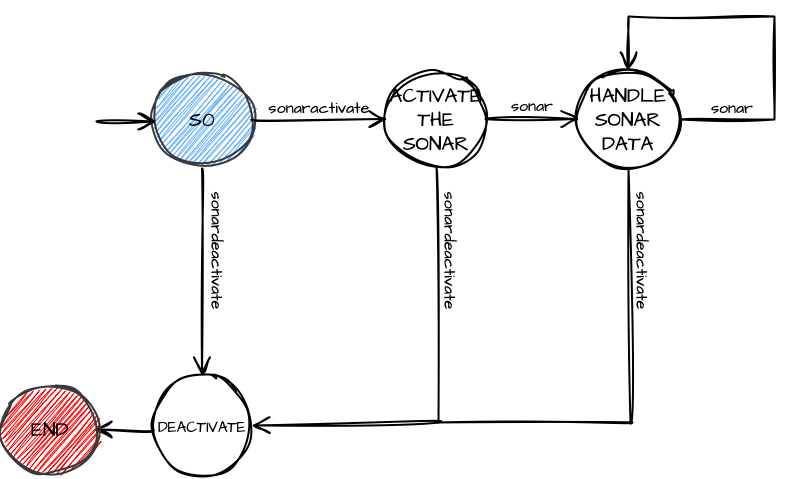
The draw.io diagram Sprint3/userDocs/resources/img/FSMsonarqak22varesi.png in EnricoValastro/WasteService-Project, before a commit. Source tidied: cells renumbered, new cells last; positions are measured from the earlier drawing's top-left corner, leaving out a move shared by most shapes.
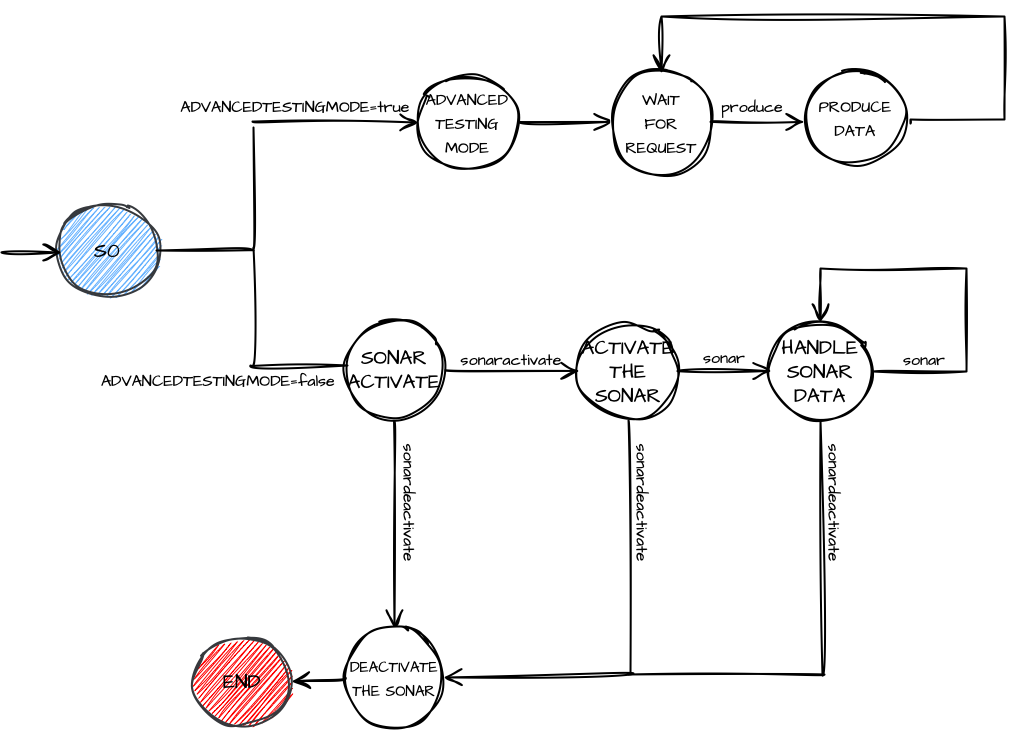
The same file after the commit.

Commit message:
Testing&TestPlan

What changed in the source:
```diff
@@ -3,7 +3,7 @@
     <mxCell id="0" />
     <mxCell id="1" parent="0" />
     <mxCell id="2" value="S0" style="ellipse;whiteSpace=wrap;html=1;sketch=1;hachureGap=4;jiggle=2;fontFamily=Architects Daughter;fontSource=https%3A%2F%2Ffonts.googleapis.com%2Fcss%3Ffamily%3DArchitects%2BDaughter;fontSize=20;strokeWidth=2;fillColor=#66B2FF;strokeColor=#36393d;" parent="1" vertex="1">
-      <mxGeometry x="152" y="54" width="98" height="98" as="geometry" />
+      <mxGeometry x="-135" y="-67" width="98" height="98" as="geometry" />
     </mxCell>
     <mxCell id="3" value="ACTIVATE&lt;br&gt;THE&lt;br&gt;SONAR" style="ellipse;whiteSpace=wrap;html=1;sketch=1;hachureGap=4;jiggle=2;fontFamily=Architects Daughter;fontSource=https%3A%2F%2Ffonts.googleapis.com%2Fcss%3Ffamily%3DArchitects%2BDaughter;fontSize=20;strokeWidth=2;" parent="1" vertex="1">
       <mxGeometry x="386" y="54" width="98" height="98" as="geometry" />
@@ -13,11 +13,11 @@
     </mxCell>
     <mxCell id="5" style="endArrow=open;html=1;rounded=0;sketch=1;hachureGap=4;jiggle=2;fontFamily=Architects Daughter;fontSource=https%3A%2F%2Ffonts.googleapis.com%2Fcss%3Ffamily%3DArchitects%2BDaughter;fontSize=16;startSize=14;endSize=14;sourcePerimeterSpacing=8;targetPerimeterSpacing=8;curved=1;strokeWidth=2;strokeColor=#000000;endFill=0;" parent="1" edge="1">
       <mxGeometry relative="1" as="geometry">
-        <mxPoint x="95" y="105" as="sourcePoint" />
-        <mxPoint x="155" y="105" as="targetPoint" />
+        <mxPoint x="-192" y="-16" as="sourcePoint" />
+        <mxPoint x="-132" y="-16" as="targetPoint" />
       </mxGeometry>
     </mxCell>
-    <mxCell id="6" style="endArrow=open;html=1;rounded=0;sketch=1;hachureGap=4;jiggle=2;fontFamily=Architects Daughter;fontSource=https%3A%2F%2Ffonts.googleapis.com%2Fcss%3Ffamily%3DArchitects%2BDaughter;fontSize=16;startSize=14;endSize=14;sourcePerimeterSpacing=8;targetPerimeterSpacing=8;curved=1;strokeWidth=2;strokeColor=#000000;endFill=0;exitX=1;exitY=0.5;exitDx=0;exitDy=0;" parent="1" edge="1" source="2">
+    <mxCell id="6" style="endArrow=open;html=1;rounded=0;sketch=1;hachureGap=4;jiggle=2;fontFamily=Architects Daughter;fontSource=https%3A%2F%2Ffonts.googleapis.com%2Fcss%3Ffamily%3DArchitects%2BDaughter;fontSize=16;startSize=14;endSize=14;sourcePerimeterSpacing=8;targetPerimeterSpacing=8;curved=1;strokeWidth=2;strokeColor=#000000;endFill=0;exitX=1;exitY=0.5;exitDx=0;exitDy=0;" parent="1" edge="1" source="35">
       <mxGeometry relative="1" as="geometry">
         <mxPoint x="386" y="102.5" as="targetPoint" />
       </mxGeometry>
@@ -55,13 +55,12 @@
     <mxCell id="13" value="sonaractivate" style="text;html=1;strokeColor=none;fillColor=none;align=center;verticalAlign=middle;whiteSpace=wrap;rounded=0;sketch=1;hachureGap=4;jiggle=2;strokeWidth=2;fontFamily=Architects Daughter;fontSource=https%3A%2F%2Ffonts.googleapis.com%2Fcss%3Ffamily%3DArchitects%2BDaughter;fontSize=16;" parent="1" vertex="1">
       <mxGeometry x="288" y="84" width="60" height="15" as="geometry" />
     </mxCell>
-    <mxCell id="14" style="endArrow=open;html=1;rounded=0;sketch=1;hachureGap=4;jiggle=2;strokeColor=#000000;strokeWidth=2;fontFamily=Architects Daughter;fontSource=https%3A%2F%2Ffonts.googleapis.com%2Fcss%3Ffamily%3DArchitects%2BDaughter;fontSize=16;startSize=14;endSize=14;sourcePerimeterSpacing=8;targetPerimeterSpacing=8;curved=1;entryX=0.439;entryY=1.041;entryDx=0;entryDy=0;entryPerimeter=0;endFill=0;" parent="1" edge="1">
+    <mxCell id="14" style="endArrow=open;html=1;rounded=0;sketch=1;hachureGap=4;jiggle=2;strokeColor=#000000;strokeWidth=2;fontFamily=Architects Daughter;fontSource=https%3A%2F%2Ffonts.googleapis.com%2Fcss%3Ffamily%3DArchitects%2BDaughter;fontSize=16;startSize=14;endSize=14;sourcePerimeterSpacing=8;targetPerimeterSpacing=8;curved=1;entryX=0.5;entryY=0;entryDx=0;entryDy=0;endFill=0;" parent="1" edge="1" target="15">
       <mxGeometry relative="1" as="geometry">
         <mxPoint x="200.5" y="152" as="sourcePoint" />
-        <mxPoint x="200.5" y="359" as="targetPoint" />
       </mxGeometry>
     </mxCell>
-    <mxCell id="15" value="&lt;font style=&quot;font-size: 15px;&quot;&gt;DEACTIVATE&lt;/font&gt;" style="ellipse;whiteSpace=wrap;html=1;sketch=1;hachureGap=4;jiggle=2;fontFamily=Architects Daughter;fontSource=https%3A%2F%2Ffonts.googleapis.com%2Fcss%3Ffamily%3DArchitects%2BDaughter;fontSize=20;strokeWidth=2;" parent="1" vertex="1">
+    <mxCell id="15" value="&lt;font style=&quot;font-size: 15px;&quot;&gt;DEACTIVATE&lt;br&gt;THE SONAR&lt;br&gt;&lt;/font&gt;" style="ellipse;whiteSpace=wrap;html=1;sketch=1;hachureGap=4;jiggle=2;fontFamily=Architects Daughter;fontSource=https%3A%2F%2Ffonts.googleapis.com%2Fcss%3Ffamily%3DArchitects%2BDaughter;fontSize=20;strokeWidth=2;" parent="1" vertex="1">
       <mxGeometry x="152" y="360" width="98" height="98" as="geometry" />
     </mxCell>
     <mxCell id="16" value="sonardeactivate" style="text;html=1;strokeColor=none;fillColor=none;align=center;verticalAlign=middle;whiteSpace=wrap;rounded=0;sketch=1;hachureGap=4;jiggle=2;strokeWidth=2;fontFamily=Architects Daughter;fontSource=https%3A%2F%2Ffonts.googleapis.com%2Fcss%3Ffamily%3DArchitects%2BDaughter;fontSize=16;rotation=90;" parent="1" vertex="1">
@@ -70,11 +69,8 @@
     <mxCell id="17" value="sonardeactivate" style="text;html=1;strokeColor=none;fillColor=none;align=center;verticalAlign=middle;whiteSpace=wrap;rounded=0;sketch=1;hachureGap=4;jiggle=2;strokeWidth=2;fontFamily=Architects Daughter;fontSource=https%3A%2F%2Ffonts.googleapis.com%2Fcss%3Ffamily%3DArchitects%2BDaughter;fontSize=16;rotation=90;" parent="1" vertex="1">
       <mxGeometry x="419" y="227" width="60" height="15" as="geometry" />
     </mxCell>
-    <mxCell id="18" style="endArrow=open;html=1;rounded=0;sketch=1;hachureGap=4;jiggle=2;fontFamily=Architects Daughter;fontSource=https%3A%2F%2Ffonts.googleapis.com%2Fcss%3Ffamily%3DArchitects%2BDaughter;fontSize=16;startSize=14;endSize=14;sourcePerimeterSpacing=8;targetPerimeterSpacing=8;curved=1;strokeWidth=2;strokeColor=#000000;endFill=0;" parent="1" edge="1">
-      <mxGeometry relative="1" as="geometry">
-        <mxPoint x="152" y="413" as="sourcePoint" />
-        <mxPoint x="92" y="413" as="targetPoint" />
-      </mxGeometry>
+    <mxCell id="18" style="endArrow=open;html=1;rounded=0;sketch=1;hachureGap=4;jiggle=2;fontFamily=Architects Daughter;fontSource=https%3A%2F%2Ffonts.googleapis.com%2Fcss%3Ffamily%3DArchitects%2BDaughter;fontSize=16;startSize=14;endSize=14;sourcePerimeterSpacing=8;targetPerimeterSpacing=8;curved=1;strokeWidth=2;strokeColor=#000000;endFill=0;exitX=0;exitY=0.5;exitDx=0;exitDy=0;entryX=1;entryY=0.5;entryDx=0;entryDy=0;" parent="1" edge="1" source="15" target="19">
+      <mxGeometry relative="1" as="geometry" />
     </mxCell>
     <mxCell id="19" value="END" style="ellipse;whiteSpace=wrap;html=1;sketch=1;hachureGap=4;jiggle=2;fontFamily=Architects Daughter;fontSource=https%3A%2F%2Ffonts.googleapis.com%2Fcss%3Ffamily%3DArchitects%2BDaughter;fontSize=20;strokeWidth=2;fillColor=#FF0000;strokeColor=#36393d;" parent="1" vertex="1">
       <mxGeometry y="364" width="98" height="98" as="geometry" />
@@ -96,5 +92,77 @@
     <mxCell id="22" value="sonar" style="text;html=1;strokeColor=none;fillColor=none;align=center;verticalAlign=middle;whiteSpace=wrap;rounded=0;sketch=1;hachureGap=4;jiggle=2;strokeWidth=2;fontFamily=Architects Daughter;fontSource=https%3A%2F%2Ffonts.googleapis.com%2Fcss%3Ffamily%3DArchitects%2BDaughter;fontSize=16;" parent="1" vertex="1">
       <mxGeometry x="701" y="84" width="60" height="15" as="geometry" />
     </mxCell>
+    <mxCell id="23" value="&lt;font style=&quot;font-size: 16px;&quot;&gt;ADVANCED&lt;br&gt;TESTING&lt;br&gt;MODE&lt;/font&gt;" style="ellipse;whiteSpace=wrap;html=1;sketch=1;hachureGap=4;jiggle=2;fontFamily=Architects Daughter;fontSource=https%3A%2F%2Ffonts.googleapis.com%2Fcss%3Ffamily%3DArchitects%2BDaughter;fontSize=20;strokeWidth=2;" parent="1" vertex="1">
+      <mxGeometry x="225" y="-195" width="98" height="98" as="geometry" />
+    </mxCell>
+    <mxCell id="24" style="endArrow=none;html=1;rounded=0;sketch=1;hachureGap=4;jiggle=2;fontFamily=Architects Daughter;fontSource=https%3A%2F%2Ffonts.googleapis.com%2Fcss%3Ffamily%3DArchitects%2BDaughter;fontSize=16;startSize=14;endSize=14;sourcePerimeterSpacing=8;targetPerimeterSpacing=8;curved=1;strokeWidth=2;entryX=1;entryY=0.5;entryDx=0;entryDy=0;" parent="1" edge="1" target="2">
+      <mxGeometry relative="1" as="geometry">
+        <mxPoint x="60" y="-18" as="sourcePoint" />
+      </mxGeometry>
+    </mxCell>
+    <mxCell id="25" style="endArrow=none;html=1;rounded=0;sketch=1;hachureGap=4;jiggle=2;strokeWidth=2;fontFamily=Architects Daughter;fontSource=https%3A%2F%2Ffonts.googleapis.com%2Fcss%3Ffamily%3DArchitects%2BDaughter;fontSize=16;startSize=14;endSize=14;sourcePerimeterSpacing=8;targetPerimeterSpacing=8;curved=1;" parent="1" edge="1">
+      <mxGeometry relative="1" as="geometry">
+        <mxPoint x="60" y="-20" as="sourcePoint" />
+        <mxPoint x="60" y="-141" as="targetPoint" />
+      </mxGeometry>
+    </mxCell>
+    <mxCell id="26" style="endArrow=open;html=1;rounded=0;sketch=1;hachureGap=4;jiggle=2;fontFamily=Architects Daughter;fontSource=https%3A%2F%2Ffonts.googleapis.com%2Fcss%3Ffamily%3DArchitects%2BDaughter;fontSize=16;startSize=14;endSize=14;sourcePerimeterSpacing=8;targetPerimeterSpacing=8;curved=1;strokeWidth=2;strokeColor=#000000;endFill=0;entryX=0;entryY=0.5;entryDx=0;entryDy=0;" parent="1" edge="1" target="23">
+      <mxGeometry relative="1" as="geometry">
+        <mxPoint x="59" y="-147" as="sourcePoint" />
+      </mxGeometry>
+    </mxCell>
+    <mxCell id="27" value="ADVANCEDTESTINGMODE=true" style="text;html=1;strokeColor=none;fillColor=none;align=center;verticalAlign=middle;whiteSpace=wrap;rounded=0;sketch=1;hachureGap=4;jiggle=2;strokeWidth=2;fontFamily=Architects Daughter;fontSource=https%3A%2F%2Ffonts.googleapis.com%2Fcss%3Ffamily%3DArchitects%2BDaughter;fontSize=16;" parent="1" vertex="1">
+      <mxGeometry x="72" y="-169" width="60" height="15" as="geometry" />
+    </mxCell>
+    <mxCell id="28" style="endArrow=none;html=1;rounded=0;sketch=1;hachureGap=4;jiggle=2;strokeWidth=2;fontFamily=Architects Daughter;fontSource=https%3A%2F%2Ffonts.googleapis.com%2Fcss%3Ffamily%3DArchitects%2BDaughter;fontSize=16;startSize=14;endSize=14;sourcePerimeterSpacing=8;targetPerimeterSpacing=8;curved=1;" parent="1" edge="1">
+      <mxGeometry relative="1" as="geometry">
+        <mxPoint x="60" y="96" as="sourcePoint" />
+        <mxPoint x="60" y="-21" as="targetPoint" />
+      </mxGeometry>
+    </mxCell>
+    <mxCell id="29" style="endArrow=open;html=1;rounded=0;sketch=1;hachureGap=4;jiggle=2;fontFamily=Architects Daughter;fontSource=https%3A%2F%2Ffonts.googleapis.com%2Fcss%3Ffamily%3DArchitects%2BDaughter;fontSize=16;startSize=14;endSize=14;sourcePerimeterSpacing=8;targetPerimeterSpacing=8;curved=1;strokeWidth=2;strokeColor=#000000;endFill=0;" parent="1" edge="1">
+      <mxGeometry relative="1" as="geometry">
+        <mxPoint x="325" y="-146.6" as="sourcePoint" />
+        <mxPoint x="419" y="-146.6" as="targetPoint" />
+      </mxGeometry>
+    </mxCell>
+    <mxCell id="30" value="&lt;font size=&quot;3&quot;&gt;WAIT&lt;br&gt;FOR&lt;br&gt;REQUEST&lt;br&gt;&lt;/font&gt;" style="ellipse;whiteSpace=wrap;html=1;sketch=1;hachureGap=4;jiggle=2;fontFamily=Architects Daughter;fontSource=https%3A%2F%2Ffonts.googleapis.com%2Fcss%3Ffamily%3DArchitects%2BDaughter;fontSize=20;strokeWidth=2;" parent="1" vertex="1">
+      <mxGeometry x="419" y="-195" width="98" height="98" as="geometry" />
+    </mxCell>
+    <mxCell id="31" style="endArrow=open;html=1;rounded=0;sketch=1;hachureGap=4;jiggle=2;fontFamily=Architects Daughter;fontSource=https%3A%2F%2Ffonts.googleapis.com%2Fcss%3Ffamily%3DArchitects%2BDaughter;fontSize=16;startSize=14;endSize=14;sourcePerimeterSpacing=8;targetPerimeterSpacing=8;curved=1;strokeWidth=2;strokeColor=#000000;endFill=0;" parent="1" edge="1">
+      <mxGeometry relative="1" as="geometry">
+        <mxPoint x="517" y="-146.6" as="sourcePoint" />
+        <mxPoint x="611" y="-146.6" as="targetPoint" />
+      </mxGeometry>
+    </mxCell>
+    <mxCell id="32" value="&lt;font size=&quot;3&quot;&gt;PRODUCE&lt;br&gt;DATA&lt;br&gt;&lt;/font&gt;" style="ellipse;whiteSpace=wrap;html=1;sketch=1;hachureGap=4;jiggle=2;fontFamily=Architects Daughter;fontSource=https%3A%2F%2Ffonts.googleapis.com%2Fcss%3Ffamily%3DArchitects%2BDaughter;fontSize=20;strokeWidth=2;" parent="1" vertex="1">
+      <mxGeometry x="613" y="-200" width="98" height="98" as="geometry" />
+    </mxCell>
+    <mxCell id="33" value="produce" style="text;html=1;strokeColor=none;fillColor=none;align=center;verticalAlign=middle;whiteSpace=wrap;rounded=0;sketch=1;hachureGap=4;jiggle=2;strokeWidth=2;fontFamily=Architects Daughter;fontSource=https%3A%2F%2Ffonts.googleapis.com%2Fcss%3Ffamily%3DArchitects%2BDaughter;fontSize=16;" parent="1" vertex="1">
+      <mxGeometry x="529" y="-169" width="60" height="15" as="geometry" />
+    </mxCell>
+    <mxCell id="34" style="endArrow=open;html=1;rounded=0;sketch=1;hachureGap=4;jiggle=2;fontFamily=Architects Daughter;fontSource=https%3A%2F%2Ffonts.googleapis.com%2Fcss%3Ffamily%3DArchitects%2BDaughter;fontSize=16;startSize=14;endSize=14;sourcePerimeterSpacing=8;targetPerimeterSpacing=8;strokeWidth=2;strokeColor=#000000;endFill=0;edgeStyle=orthogonalEdgeStyle;entryX=0.5;entryY=0;entryDx=0;entryDy=0;" parent="1" edge="1" target="30">
+      <mxGeometry relative="1" as="geometry">
+        <mxPoint x="717" y="-144.9" as="sourcePoint" />
+        <Array as="points">
+          <mxPoint x="717" y="-149" />
+          <mxPoint x="811" y="-149" />
+          <mxPoint x="811" y="-252" />
+          <mxPoint x="468" y="-252" />
+        </Array>
+      </mxGeometry>
+    </mxCell>
+    <mxCell id="35" value="SONAR&lt;br&gt;ACTIVATE" style="ellipse;whiteSpace=wrap;html=1;sketch=1;hachureGap=4;jiggle=2;fontFamily=Architects Daughter;fontSource=https%3A%2F%2Ffonts.googleapis.com%2Fcss%3Ffamily%3DArchitects%2BDaughter;fontSize=20;strokeWidth=2;" parent="1" vertex="1">
+      <mxGeometry x="152" y="52" width="98" height="98" as="geometry" />
+    </mxCell>
+    <mxCell id="36" style="endArrow=none;html=1;rounded=0;sketch=1;hachureGap=4;jiggle=2;strokeWidth=2;fontFamily=Architects Daughter;fontSource=https%3A%2F%2Ffonts.googleapis.com%2Fcss%3Ffamily%3DArchitects%2BDaughter;fontSize=16;startSize=14;endSize=14;sourcePerimeterSpacing=8;targetPerimeterSpacing=8;curved=1;" parent="1" edge="1">
+      <mxGeometry relative="1" as="geometry">
+        <mxPoint x="57" y="97" as="sourcePoint" />
+        <mxPoint x="154" y="97" as="targetPoint" />
+      </mxGeometry>
+    </mxCell>
+    <mxCell id="37" value="ADVANCEDTESTINGMODE=false" style="text;html=1;strokeColor=none;fillColor=none;align=center;verticalAlign=middle;whiteSpace=wrap;rounded=0;sketch=1;hachureGap=4;jiggle=2;strokeWidth=2;fontFamily=Architects Daughter;fontSource=https%3A%2F%2Ffonts.googleapis.com%2Fcss%3Ffamily%3DArchitects%2BDaughter;fontSize=16;" parent="1" vertex="1">
+      <mxGeometry x="-5" y="105" width="60" height="15" as="geometry" />
+    </mxCell>
   </root>
 </mxGraphModel>
```
